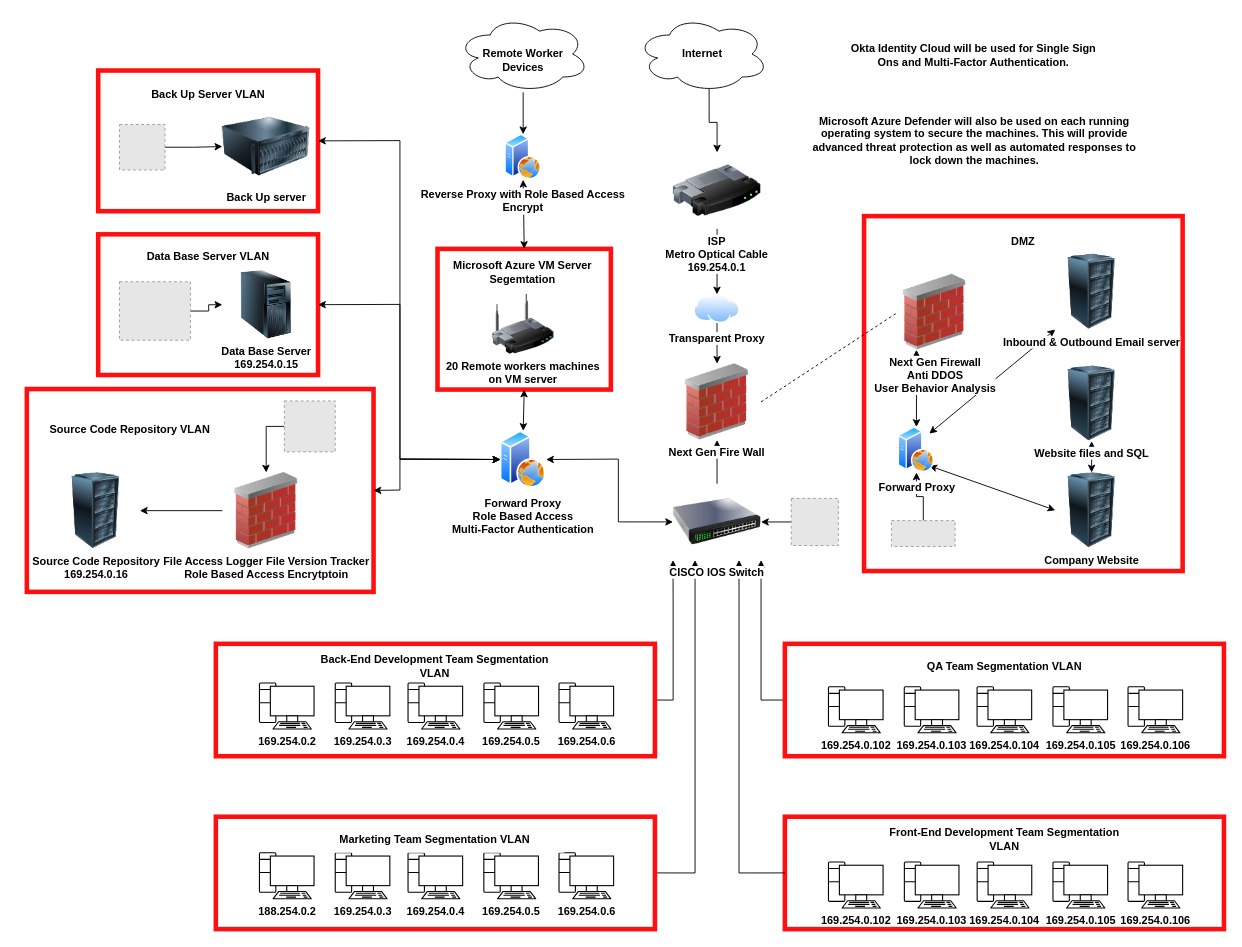
s4mmie/CompSci120 keeps this draw.io diagram as page "Page-2" (2 of 2) of FlowCharts/Untitled Diagram.drawio. Above is the earlier version. Source tidied: cells renumbered, new cells numbered last; positions are measured from the earlier drawing's top-left corner, leaving out a move shared by most shapes. Both pictures are drawn from the tidied source at 91%, with x=0, y=0 at pixel (26, 15). Pictures stored in the file or linked from it are replaced by grey dashed boxes.
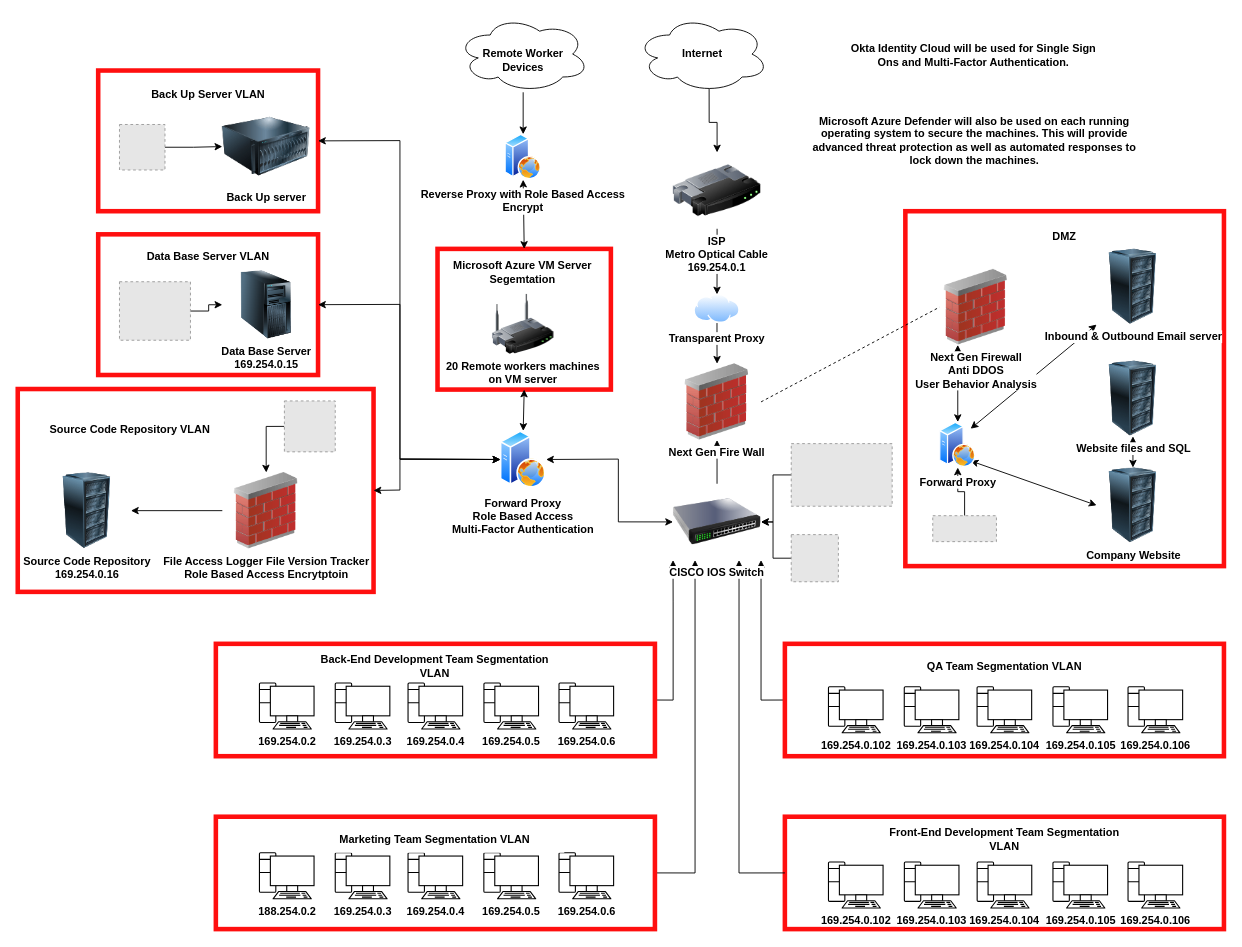
After the change.

The change refers to these unchanged cells:
```xml
<mxCell id="82" value="CISCO IOS Switch" style="image;html=1;image=img/lib/clip_art/networking/Switch_128x128.png;fontStyle=1;" parent="1" vertex="1">
  <mxGeometry x="710.1" y="514.1" width="96.7" height="83.9" as="geometry" />
</mxCell>
```

The edit, as a diff of the source:
```diff
@@
     <mxCell id="2" style="rounded=0;whiteSpace=wrap;html=1;fillColor=none;strokeWidth=5;strokeColor=#FF0F0F;fontStyle=1;" parent="1" vertex="1">
-      <mxGeometry y="410" width="381" height="222.9" as="geometry" />
+      <mxGeometry x="-10" y="410" width="391" height="222.9" as="geometry" />
     </mxCell>
@@
     <mxCell id="10" value="&#10;DMZ&#10;" style="group;fillColor=none;strokeWidth=5;strokeColor=#FF0F0F;shadow=0;fontStyle=1;" parent="1" vertex="1">
-      <mxGeometry x="920" y="220" width="350.1" height="390" as="geometry" />
+      <mxGeometry x="965.4" y="214.6" width="350.1" height="390" as="geometry" />
     </mxCell>
@@
     <mxCell id="14" value="Source Code Repository&lt;br&gt;169.254.0.16" style="image;html=1;image=img/lib/clip_art/computers/Server_Rack_128x128.png;fontStyle=1;" parent="1" vertex="1">
-      <mxGeometry x="27.5" y="501.7" width="96.7" height="83.9" as="geometry" />
+      <mxGeometry x="17.7" y="501.7" width="96.7" height="83.9" as="geometry" />
     </mxCell>
@@
     <mxCell id="49" style="fillColor=#E6E6E6;strokeColor=#999999;dashed=1;verticalLabelPosition=bottom;labelBackgroundColor=default;verticalAlign=top;fontStyle=1;" parent="1" vertex="1">
-      <mxGeometry x="840" y="530.2" width="51.8" height="51.8" as="geometry" />
+      <mxGeometry x="840" y="570" width="51.8" height="51.8" as="geometry" />
     </mxCell>
@@
     <mxCell id="62" value="Company Website&lt;br&gt;" style="image;html=1;image=img/lib/clip_art/computers/Server_Rack_128x128.png;fontStyle=1;" parent="1" vertex="1">
-      <mxGeometry x="1130.1" y="501.7" width="80" height="83" as="geometry" />
+      <mxGeometry x="1175.5" y="496.3" width="80" height="83" as="geometry" />
     </mxCell>
@@
     <mxCell id="64" style="fillColor=#E6E6E6;strokeColor=#999999;dashed=1;verticalLabelPosition=bottom;labelBackgroundColor=default;verticalAlign=top;fontStyle=1;" parent="1" vertex="1">
-      <mxGeometry x="950.1" y="554.6" width="70" height="28.5" as="geometry" />
+      <mxGeometry x="995.5" y="549.2" width="70" height="28.5" as="geometry" />
     </mxCell>
@@
     <mxCell id="68" value="Inbound &amp;amp; Outbound Email server&lt;br&gt;" style="image;html=1;image=img/lib/clip_art/computers/Server_Rack_128x128.png;fontStyle=1;" parent="1" vertex="1">
-      <mxGeometry x="1130.1" y="261.6" width="80" height="83" as="geometry" />
+      <mxGeometry x="1175.5" y="256.2" width="80" height="83" as="geometry" />
     </mxCell>
     <mxCell id="69" value="Forward Proxy" style="image;perimeter=ellipsePerimeter;html=1;align=center;shadow=0;dashed=0;spacingTop=3;image=img/lib/active_directory/web_server.svg;fontStyle=1;" parent="1" vertex="1">
-      <mxGeometry x="957.6" y="451.7" width="40" height="50" as="geometry" />
+      <mxGeometry x="1003" y="446.3" width="40" height="50" as="geometry" />
     </mxCell>
@@
     <mxCell id="71" value="Next Gen Firewall&lt;br&gt;&lt;div&gt;Anti DDOS&lt;/div&gt;&lt;div&gt;User Behavior Analysis&lt;br&gt;&lt;/div&gt;" style="image;html=1;image=img/lib/clip_art/networking/Firewall_02_128x128.png;fontStyle=1;" parent="1" vertex="1">
-      <mxGeometry x="957.6" y="283.9" width="80" height="83" as="geometry" />
+      <mxGeometry x="1003" y="278.5" width="80" height="83" as="geometry" />
     </mxCell>
@@
     <mxCell id="73" value="Website files and SQL" style="image;html=1;image=img/lib/clip_art/computers/Server_Rack_128x128.png;fontStyle=1;" parent="1" vertex="1">
-      <mxGeometry x="1130.1" y="384.4" width="80" height="83" as="geometry" />
+      <mxGeometry x="1175.5" y="379" width="80" height="83" as="geometry" />
     </mxCell>
@@
+    <mxCell id="90" style="edgeStyle=orthogonalEdgeStyle;rounded=0;jettySize=auto;html=1;exitX=0;exitY=0.5;exitDx=0;exitDy=0;entryX=1;entryY=0.5;entryDx=0;entryDy=0;" parent="1" edge="1" source="91" target="82">
+      <mxGeometry relative="1" as="geometry" />
+    </mxCell>
+    <mxCell id="91" style="fillColor=#E6E6E6;strokeColor=#999999;dashed=1;verticalLabelPosition=bottom;labelBackgroundColor=default;verticalAlign=top;" parent="1" vertex="1">
+      <mxGeometry x="840" y="470" width="110.9" height="68.8" as="geometry" />
+    </mxCell>
```
